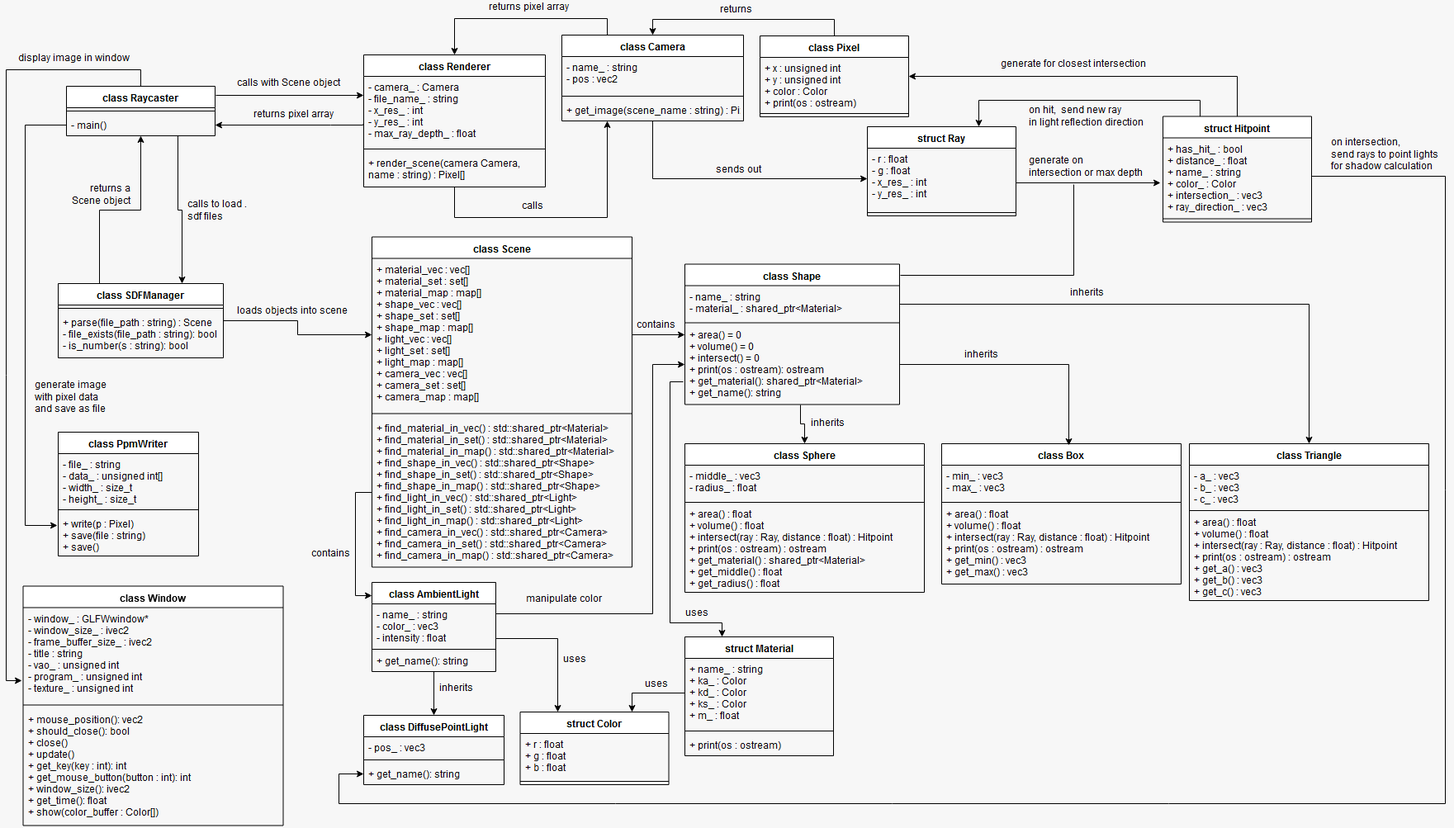
This is documentation/RaytracerUML.png from christiandunkel/raytracer, a draw.io export, as it was before one commit. Source tidied: cells renumbered, new cells last; positions are measured from the earlier drawing's top-left corner, leaving out a move shared by most shapes.
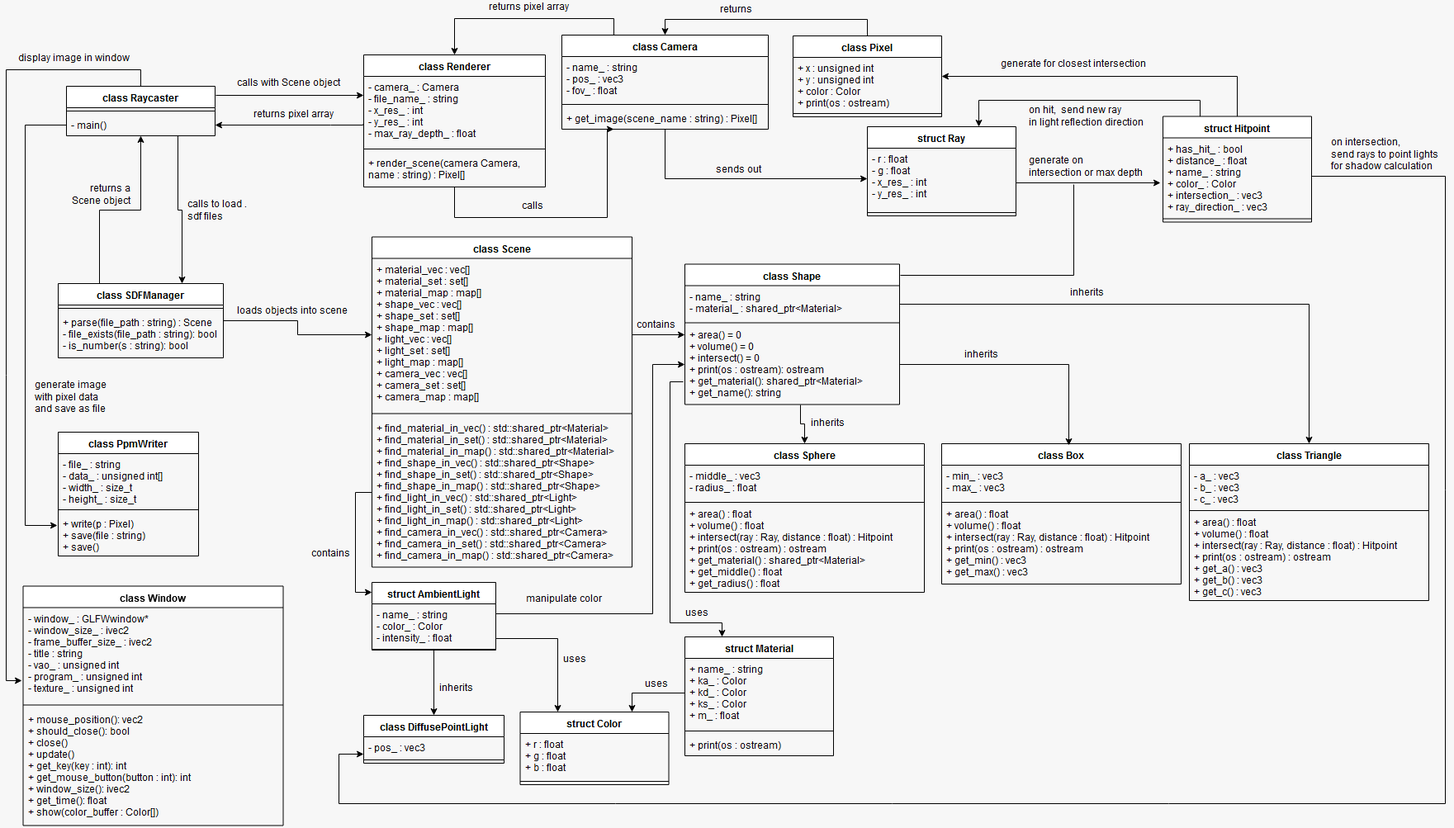
Later version of the same file.

Commit message:
updated UML diagram

What changed in the source:
```diff
@@ -57,18 +57,15 @@
     <mxCell id="18" style="edgeStyle=orthogonalEdgeStyle;rounded=0;jettySize=auto;html=1;exitX=0.5;exitY=1;exitDx=0;exitDy=0;entryX=0.5;entryY=0;entryDx=0;entryDy=0;" parent="1" edge="1" source="19" target="36">
       <mxGeometry relative="1" as="geometry" />
     </mxCell>
-    <mxCell id="19" value="class AmbientLight" style="swimlane;fontStyle=1;align=center;verticalAlign=top;horizontal=1;startSize=26;" parent="1" vertex="1">
-      <mxGeometry x="443" y="705" width="150" height="108" as="geometry" />
+    <mxCell id="19" value="struct AmbientLight" style="swimlane;fontStyle=1;align=center;verticalAlign=top;horizontal=1;startSize=26;" parent="1" vertex="1">
+      <mxGeometry x="443" y="705" width="150" height="82" as="geometry" />
     </mxCell>
-    <mxCell id="20" value="- name_ : string&#10;- color_ : vec3&#10;- intensity : float&#10;&#10;&#10;" style="text;strokeColor=none;fillColor=none;align=left;verticalAlign=top;spacingLeft=4;spacingRight=4;overflow=hidden;points=[[0,0.5],[1,0.5]];portConstraint=eastwest;" parent="19" vertex="1">
+    <mxCell id="20" value="- name_ : string&#10;- color_ : Color&#10;- intensity_ : float&#10;&#10;&#10;" style="text;strokeColor=none;fillColor=none;align=left;verticalAlign=top;spacingLeft=4;spacingRight=4;overflow=hidden;points=[[0,0.5],[1,0.5]];portConstraint=eastwest;" parent="19" vertex="1">
       <mxGeometry y="26" width="150" height="54" as="geometry" />
     </mxCell>
     <mxCell id="21" style="line;strokeWidth=1;fillColor=none;align=left;verticalAlign=middle;spacingTop=-1;spacingLeft=3;spacingRight=3;labelPosition=right;" parent="19" vertex="1">
       <mxGeometry y="80" width="150" height="2" as="geometry" />
     </mxCell>
-    <mxCell id="22" value="+ get_name(): string" style="text;strokeColor=none;fillColor=none;align=left;verticalAlign=top;spacingLeft=4;spacingRight=4;overflow=hidden;" parent="19" vertex="1">
-      <mxGeometry y="82" width="150" height="26" as="geometry" />
-    </mxCell>
     <mxCell id="23" style="edgeStyle=orthogonalEdgeStyle;rounded=0;jettySize=auto;html=1;exitX=0.5;exitY=1;exitDx=0;exitDy=0;entryX=0.25;entryY=1;entryDx=0;entryDy=0;entryPerimeter=0;" parent="1" edge="1" source="24" target="116">
       <mxGeometry relative="1" as="geometry">
         <Array as="points">
@@ -114,7 +111,7 @@
       <mxGeometry y="218" width="315" height="182" as="geometry" />
     </mxCell>
     <mxCell id="36" value="class DiffusePointLight" style="swimlane;fontStyle=1;align=center;verticalAlign=top;horizontal=1;startSize=26;" parent="1" vertex="1">
-      <mxGeometry x="433" y="866" width="170" height="84" as="geometry" />
+      <mxGeometry x="433" y="866" width="170" height="58" as="geometry" />
     </mxCell>
     <mxCell id="37" value="- pos_ : vec3&#10;" style="text;strokeColor=none;fillColor=none;align=left;verticalAlign=top;spacingLeft=4;spacingRight=4;overflow=hidden;" parent="36" vertex="1">
       <mxGeometry y="26" width="170" height="24" as="geometry" />
@@ -122,9 +119,6 @@
     <mxCell id="38" style="line;strokeWidth=1;fillColor=none;align=left;verticalAlign=middle;spacingTop=-1;spacingLeft=3;spacingRight=3;labelPosition=right;" parent="36" vertex="1">
       <mxGeometry y="50" width="170" height="8" as="geometry" />
     </mxCell>
-    <mxCell id="39" value="+ get_name(): string" style="text;strokeColor=none;fillColor=none;align=left;verticalAlign=top;spacingLeft=4;spacingRight=4;overflow=hidden;points=[[0,0.5],[1,0.5]];portConstraint=eastwest;" parent="36" vertex="1">
-      <mxGeometry y="58" width="170" height="26" as="geometry" />
-    </mxCell>
     <mxCell id="40" style="edgeStyle=orthogonalEdgeStyle;rounded=0;orthogonalLoop=1;jettySize=auto;html=1;endArrow=none;endFill=0;" parent="1" edge="1">
       <mxGeometry relative="1" as="geometry">
         <mxPoint x="1083" y="333" as="sourcePoint" />
@@ -277,7 +271,7 @@
       <mxGeometry relative="1" as="geometry" />
     </mxCell>
     <mxCell id="83" value="class Pixel" style="swimlane;fontStyle=1;align=center;verticalAlign=top;horizontal=1;startSize=26;" parent="1" vertex="1">
-      <mxGeometry x="913" y="43" width="180" height="98" as="geometry" />
+      <mxGeometry x="953" y="43" width="180" height="98" as="geometry" />
     </mxCell>
     <mxCell id="84" value="+ x : unsigned int&#10;+ y : unsigned int&#10;+ color : Color&#10;+ print(os : ostream)&#10;" style="text;strokeColor=none;fillColor=none;align=left;verticalAlign=top;spacingLeft=4;spacingRight=4;overflow=hidden;" parent="83" vertex="1">
       <mxGeometry y="26" width="180" height="64" as="geometry" />
@@ -372,13 +366,16 @@
     <mxCell id="107" value="+ mouse_position(): vec2&#10;+ should_close(): bool&#10;+ close()&#10;+ update()&#10;+ get_key(key : int): int&#10;+ get_mouse_button(button : int): int&#10;+ window_size(): ivec2&#10;+ get_time(): float&#10;+ show(color_buffer : Color[])" style="text;strokeColor=none;fillColor=none;align=left;verticalAlign=top;spacingLeft=4;spacingRight=4;overflow=hidden;" parent="104" vertex="1">
       <mxGeometry y="148" width="315" height="142" as="geometry" />
     </mxCell>
-    <mxCell id="108" style="edgeStyle=orthogonalEdgeStyle;rounded=0;jettySize=auto;html=1;exitX=1;exitY=0.5;exitDx=0;exitDy=0;entryX=0;entryY=0.5;entryDx=0;entryDy=0;" parent="1" edge="1" source="11" target="39">
+    <mxCell id="108" style="edgeStyle=orthogonalEdgeStyle;rounded=0;jettySize=auto;html=1;exitX=1;exitY=0.5;exitDx=0;exitDy=0;" parent="1" edge="1" source="11">
       <mxGeometry relative="1" as="geometry">
+        <mxPoint x="433" y="913" as="targetPoint" />
         <Array as="points">
+          <mxPoint x="1581" y="213" />
           <mxPoint x="1743" y="213" />
           <mxPoint x="1743" y="973" />
           <mxPoint x="403" y="973" />
-          <mxPoint x="403" y="937" />
+          <mxPoint x="403" y="913" />
+          <mxPoint x="433" y="913" />
         </Array>
       </mxGeometry>
     </mxCell>
@@ -395,16 +392,16 @@
       <mxGeometry relative="1" as="geometry" />
     </mxCell>
     <mxCell id="113" value="class Camera" style="swimlane;fontStyle=1;align=center;verticalAlign=top;horizontal=1;startSize=26;" parent="1" vertex="1">
-      <mxGeometry x="673" y="42" width="220" height="104" as="geometry" />
+      <mxGeometry x="673" y="42" width="250" height="114" as="geometry" />
     </mxCell>
-    <mxCell id="114" value="- name_ : string&#10;- pos : vec2&#10;" style="text;strokeColor=none;fillColor=none;align=left;verticalAlign=top;spacingLeft=4;spacingRight=4;overflow=hidden;" parent="113" vertex="1">
-      <mxGeometry y="26" width="220" height="44" as="geometry" />
+    <mxCell id="114" value="- name_ : string&#10;- pos_ : vec3&#10;- fov_ : float&#10;" style="text;strokeColor=none;fillColor=none;align=left;verticalAlign=top;spacingLeft=4;spacingRight=4;overflow=hidden;" parent="113" vertex="1">
+      <mxGeometry y="26" width="250" height="54" as="geometry" />
     </mxCell>
     <mxCell id="115" style="line;strokeWidth=1;fillColor=none;align=left;verticalAlign=middle;spacingTop=-1;spacingLeft=3;spacingRight=3;labelPosition=right;" parent="113" vertex="1">
-      <mxGeometry y="70" width="220" height="8" as="geometry" />
+      <mxGeometry y="80" width="250" height="8" as="geometry" />
     </mxCell>
     <mxCell id="116" value="+ get_image(scene_name : string) : Pixel[]" style="text;strokeColor=none;fillColor=none;align=left;verticalAlign=top;spacingLeft=4;spacingRight=4;overflow=hidden;points=[[0,0.5],[1,0.5]];portConstraint=eastwest;" parent="113" vertex="1">
-      <mxGeometry y="78" width="220" height="26" as="geometry" />
+      <mxGeometry y="88" width="250" height="26" as="geometry" />
     </mxCell>
     <mxCell id="117" value="&lt;div&gt;calls&lt;/div&gt;" style="text;html=1;align=left;verticalAlign=top;spacingTop=-4;" parent="1" vertex="1">
       <mxGeometry x="622.5" y="241" width="40" height="20" as="geometry" />
```
